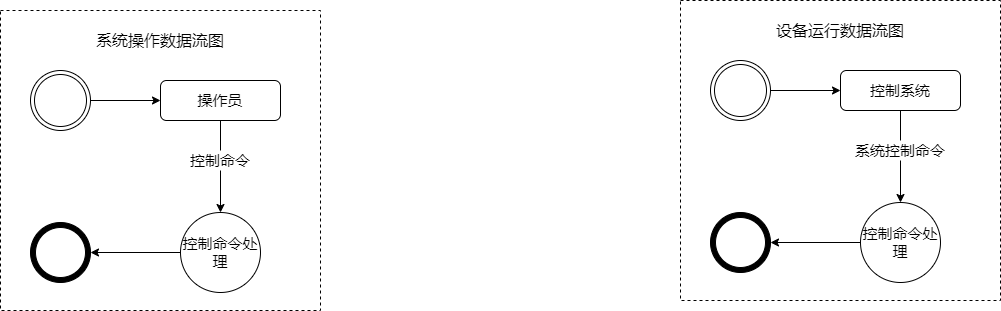
The draw.io diagram 日志级别.png in PineappleWatermelon/Image, before a commit. Source tidied: cells renumbered, new cells last; positions are measured from the earlier drawing's top-left corner, leaving out a move shared by most shapes.
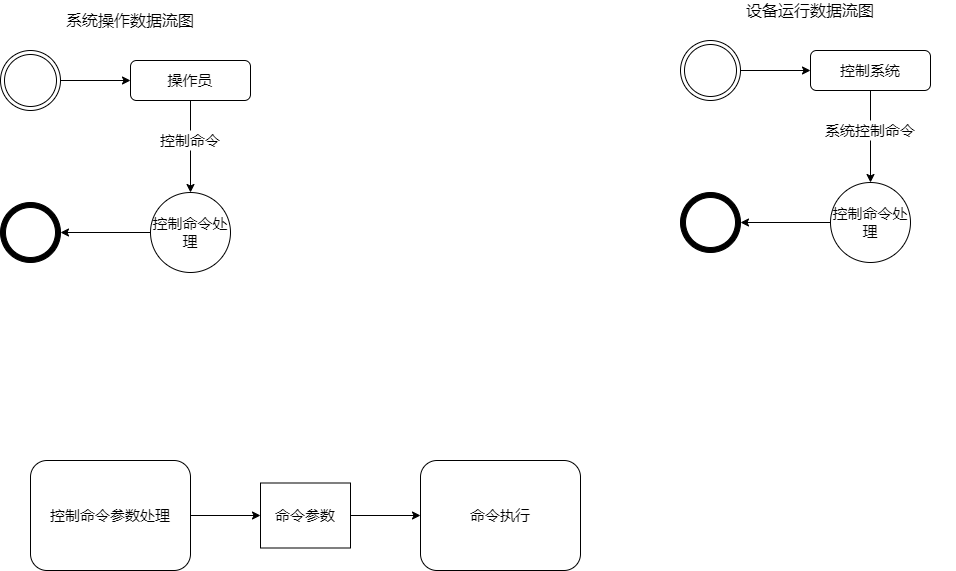
Above is the later version.

Diff of the diagram source:
```diff
@@ -2,9 +2,6 @@
   <root>
     <mxCell id="0" />
     <mxCell id="1" parent="0" />
-    <mxCell id="2" style="rounded=0;whiteSpace=wrap;html=1;fillColor=none;dashed=1;" parent="1" vertex="1">
-      <mxGeometry y="10" width="320" height="300" as="geometry" />
-    </mxCell>
     <mxCell id="3" style="edgeStyle=orthogonalEdgeStyle;rounded=0;jettySize=auto;html=1;exitX=0.5;exitY=1;exitDx=0;exitDy=0;fontSize=15;startArrow=none;" parent="1" edge="1" source="11" target="10">
       <mxGeometry relative="1" as="geometry" />
     </mxCell>
@@ -38,9 +35,6 @@
     <mxCell id="13" value="&lt;font style=&quot;font-size: 16px&quot;&gt;系统操作数据流图&lt;/font&gt;" style="text;html=1;strokeColor=none;fillColor=none;align=center;verticalAlign=middle;whiteSpace=wrap;rounded=0;dashed=1;" parent="1" vertex="1">
       <mxGeometry x="70" y="30" width="180" height="20" as="geometry" />
     </mxCell>
-    <mxCell id="14" style="rounded=0;whiteSpace=wrap;html=1;fillColor=none;dashed=1;" parent="1" vertex="1">
-      <mxGeometry x="680" width="320" height="300" as="geometry" />
-    </mxCell>
     <mxCell id="15" style="edgeStyle=orthogonalEdgeStyle;rounded=0;jettySize=auto;html=1;exitX=0.5;exitY=1;exitDx=0;exitDy=0;fontSize=15;startArrow=none;" parent="1" edge="1" source="23" target="22">
       <mxGeometry relative="1" as="geometry" />
     </mxCell>
@@ -74,5 +68,20 @@
     <mxCell id="25" value="&lt;font style=&quot;font-size: 16px&quot;&gt;设备运行数据流图&lt;/font&gt;" style="text;html=1;strokeColor=none;fillColor=none;align=center;verticalAlign=middle;whiteSpace=wrap;rounded=0;dashed=1;" parent="1" vertex="1">
       <mxGeometry x="750" y="20" width="180" height="20" as="geometry" />
     </mxCell>
+    <mxCell id="26" style="edgeStyle=orthogonalEdgeStyle;rounded=0;jettySize=auto;html=1;exitX=1;exitY=0.5;exitDx=0;exitDy=0;entryX=0;entryY=0.5;entryDx=0;entryDy=0;" parent="1" edge="1" source="27" target="29">
+      <mxGeometry relative="1" as="geometry" />
+    </mxCell>
+    <mxCell id="27" value="&lt;font style=&quot;font-size: 15px&quot;&gt;控制命令参数处理&lt;/font&gt;" style="rounded=1;whiteSpace=wrap;html=1;fillColor=none;" parent="1" vertex="1">
+      <mxGeometry x="60" y="480" width="160" height="110" as="geometry" />
+    </mxCell>
+    <mxCell id="28" style="edgeStyle=orthogonalEdgeStyle;rounded=0;jettySize=auto;html=1;exitX=1;exitY=0.5;exitDx=0;exitDy=0;entryX=0;entryY=0.5;entryDx=0;entryDy=0;" parent="1" edge="1" source="29" target="30">
+      <mxGeometry relative="1" as="geometry" />
+    </mxCell>
+    <mxCell id="29" value="&lt;font style=&quot;font-size: 15px&quot;&gt;命令参数&lt;/font&gt;" style="rounded=0;whiteSpace=wrap;html=1;fillColor=none;" parent="1" vertex="1">
+      <mxGeometry x="290" y="502.5" width="90" height="65" as="geometry" />
+    </mxCell>
+    <mxCell id="30" value="&lt;span style=&quot;font-size: 15px&quot;&gt;命令执行&lt;/span&gt;" style="rounded=1;whiteSpace=wrap;html=1;fillColor=none;" parent="1" vertex="1">
+      <mxGeometry x="450" y="480" width="160" height="110" as="geometry" />
+    </mxCell>
   </root>
 </mxGraphModel>
```
